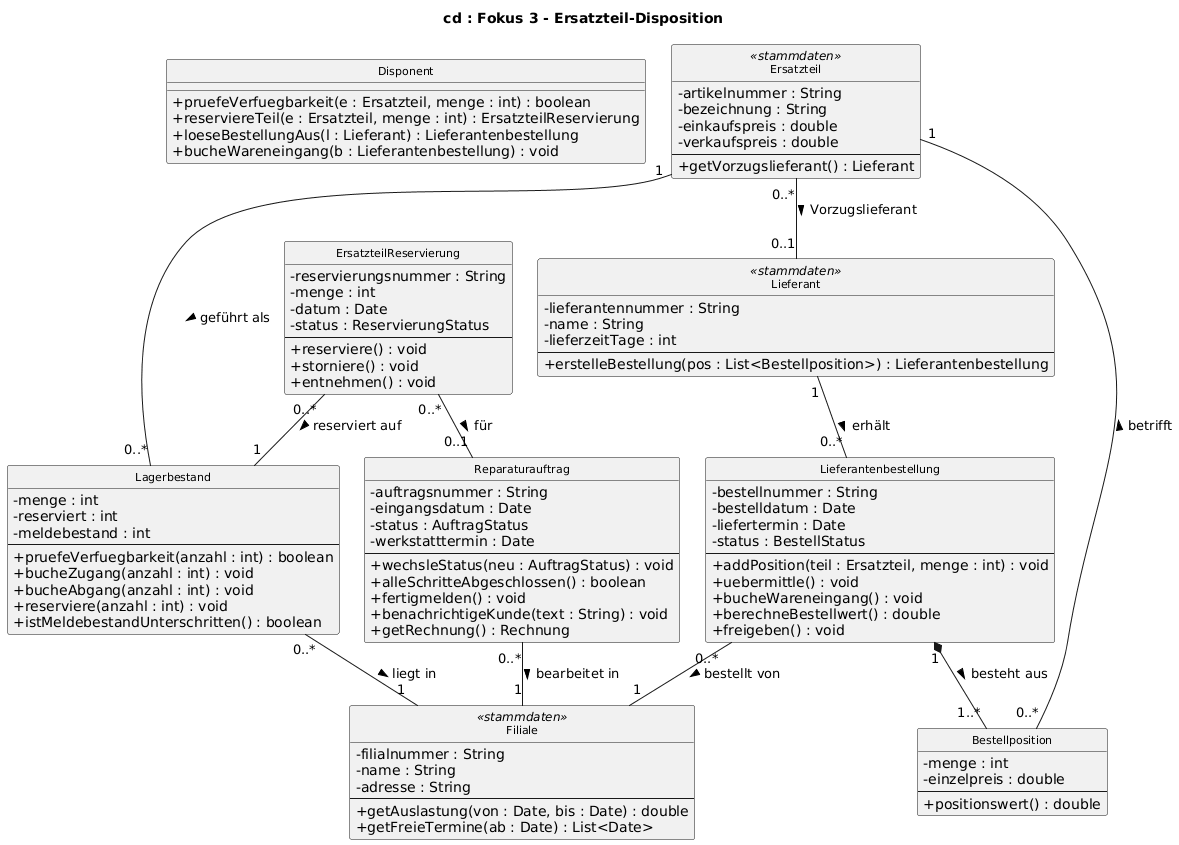
Above: uml/klassen-fokus-3-disposition.png in jakobschwan123-cmd/casestudy-semester-3 (PlantUML), before the change.
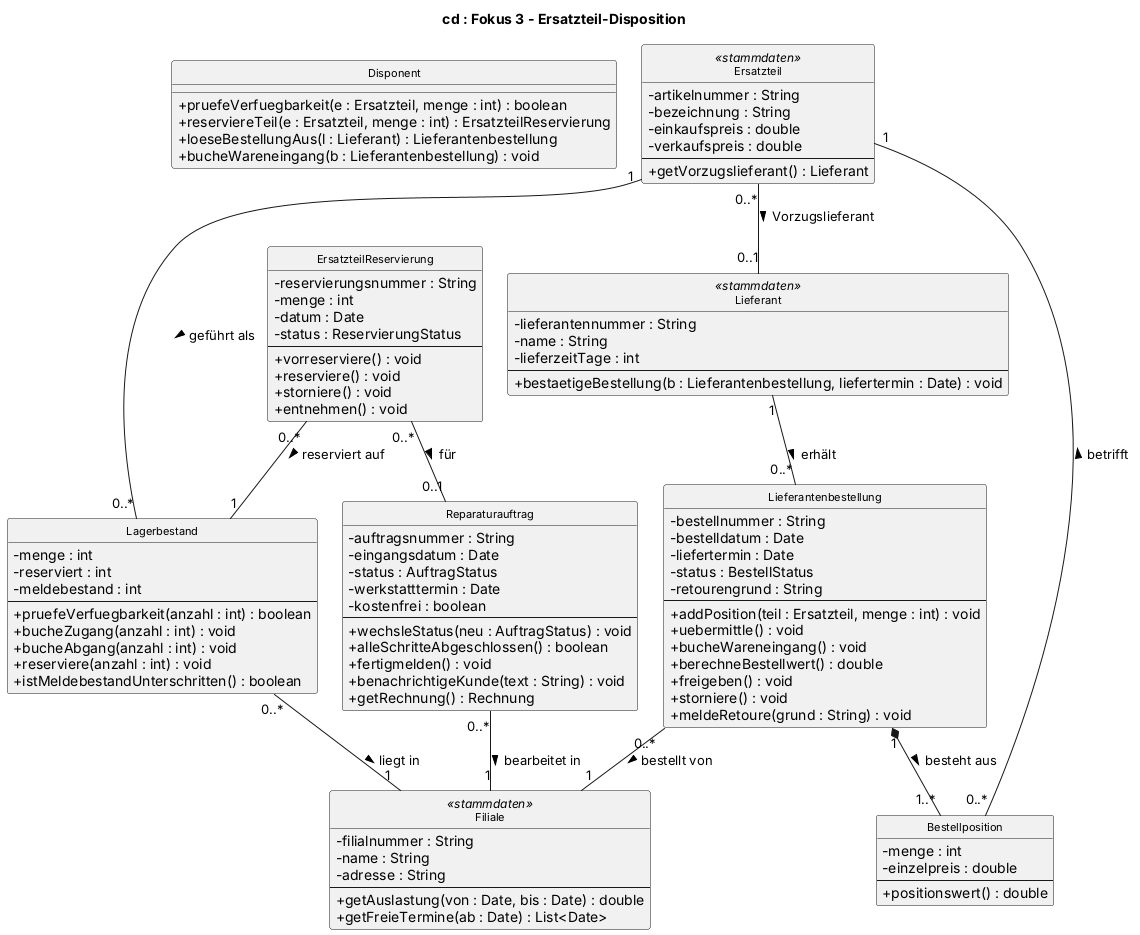
Above is the later version.

The edit, as a diff of the source:
```diff
@@ -38,6 +38,7 @@
   - datum : Date
   - status : ReservierungStatus
   --
+  + vorreserviere() : void
   + reserviere() : void
   + storniere() : void
   + entnehmen() : void
@@ -47,12 +48,15 @@
   - bestelldatum : Date
   - liefertermin : Date
   - status : BestellStatus
+  - retourengrund : String
   --
   + addPosition(teil : Ersatzteil, menge : int) : void
   + uebermittle() : void
   + bucheWareneingang() : void
   + berechneBestellwert() : double
   + freigeben() : void
+  + storniere() : void
+  + meldeRetoure(grund : String) : void
 }
 class Bestellposition {
   - menge : int
@@ -65,13 +69,14 @@
   - name : String
   - lieferzeitTage : int
   --
-  + erstelleBestellung(pos : List<Bestellposition>) : Lieferantenbestellung
+  + bestaetigeBestellung(b : Lieferantenbestellung, liefertermin : Date) : void
 }
 class Reparaturauftrag {
   - auftragsnummer : String
   - eingangsdatum : Date
   - status : AuftragStatus
   - werkstatttermin : Date
+  - kostenfrei : boolean
   --
   + wechsleStatus(neu : AuftragStatus) : void
   + alleSchritteAbgeschlossen() : boolean
```
